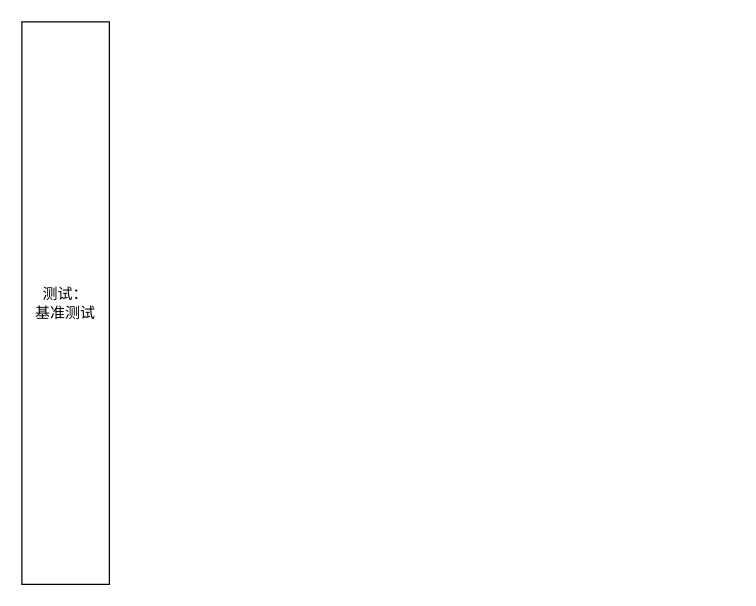
Earlier version of the draw.io diagram Untitled Diagram.drawio (dingchengyungit/drawio). Source tidied: cells renumbered, new cells numbered last; positions are measured from the earlier drawing's top-left corner, leaving out a move shared by most shapes. Both pictures are drawn from the tidied source at 125%, with x=0, y=0 at pixel (21, 21).
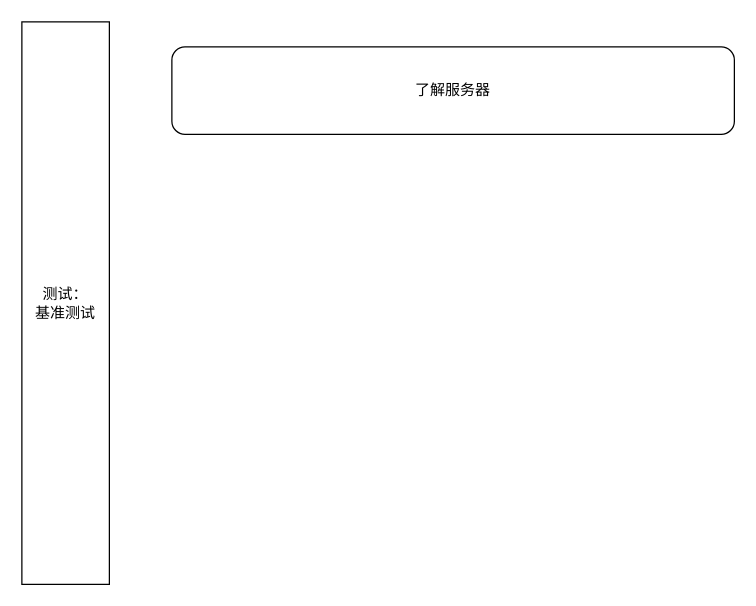
The same page after the edit.

Commit message:
高性能Mysql-读书笔记-总览.drawio

The edit, as a diff of the source:
```diff
@@
 <mxGraphModel>
   <root>
     <mxCell id="0" />
     <mxCell id="1" parent="0" />
     <mxCell id="2" value="测试：&lt;br&gt;基准测试" style="rounded=0;whiteSpace=wrap;html=1;" parent="1" vertex="1">
       <mxGeometry width="70" height="450" as="geometry" />
     </mxCell>
+    <mxCell id="3" value="了解服务器" style="rounded=1;whiteSpace=wrap;html=1;" parent="1" vertex="1">
+      <mxGeometry x="120" y="20" width="450" height="70" as="geometry" />
+    </mxCell>
   </root>
 </mxGraphModel>
```
